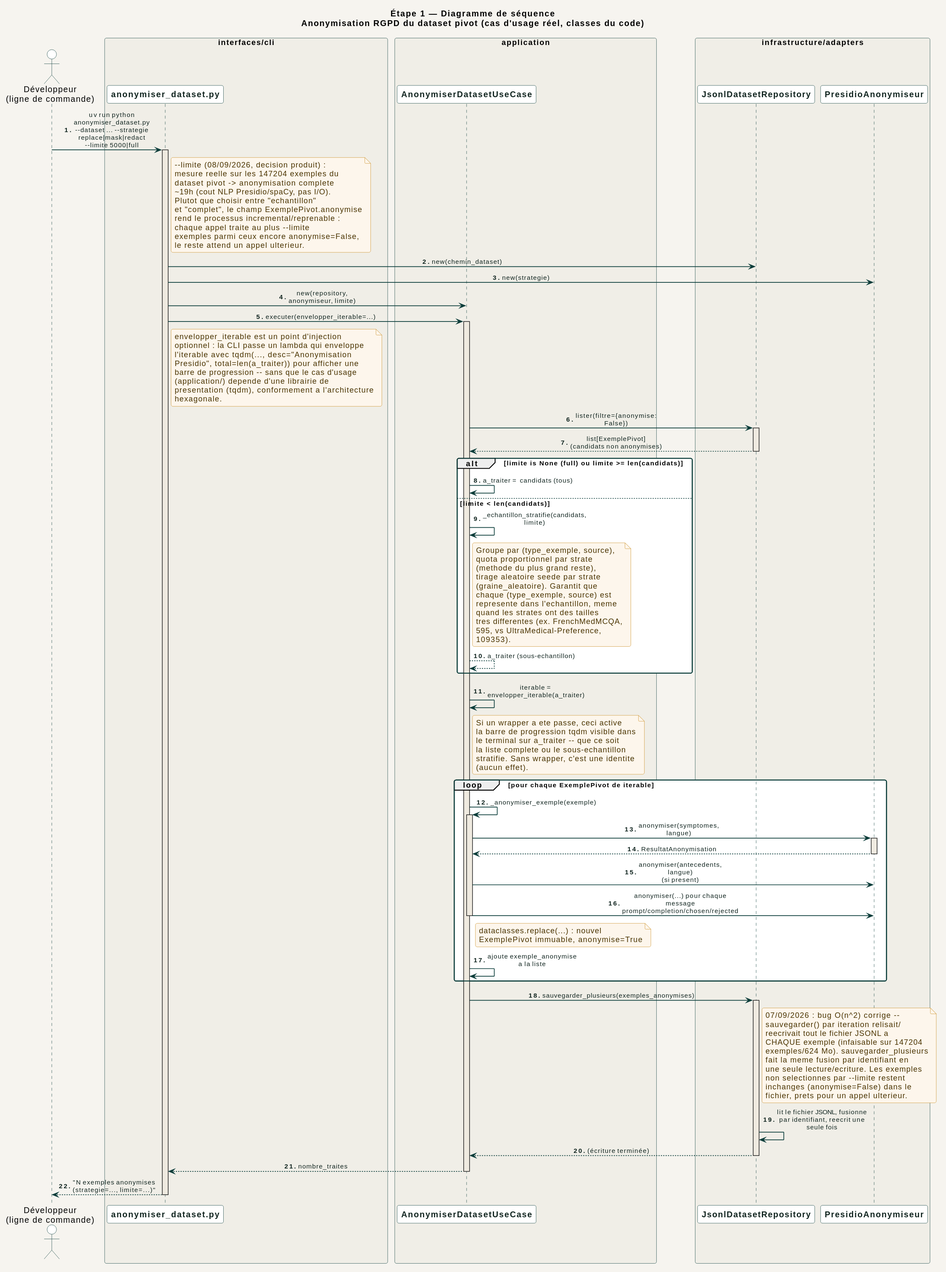
This is docs/diagrams/02_etape1_donnees/sequence/anonymiser_dataset.svg from racemartin/m14_ocr, a PlantUML export, as it was before one commit.
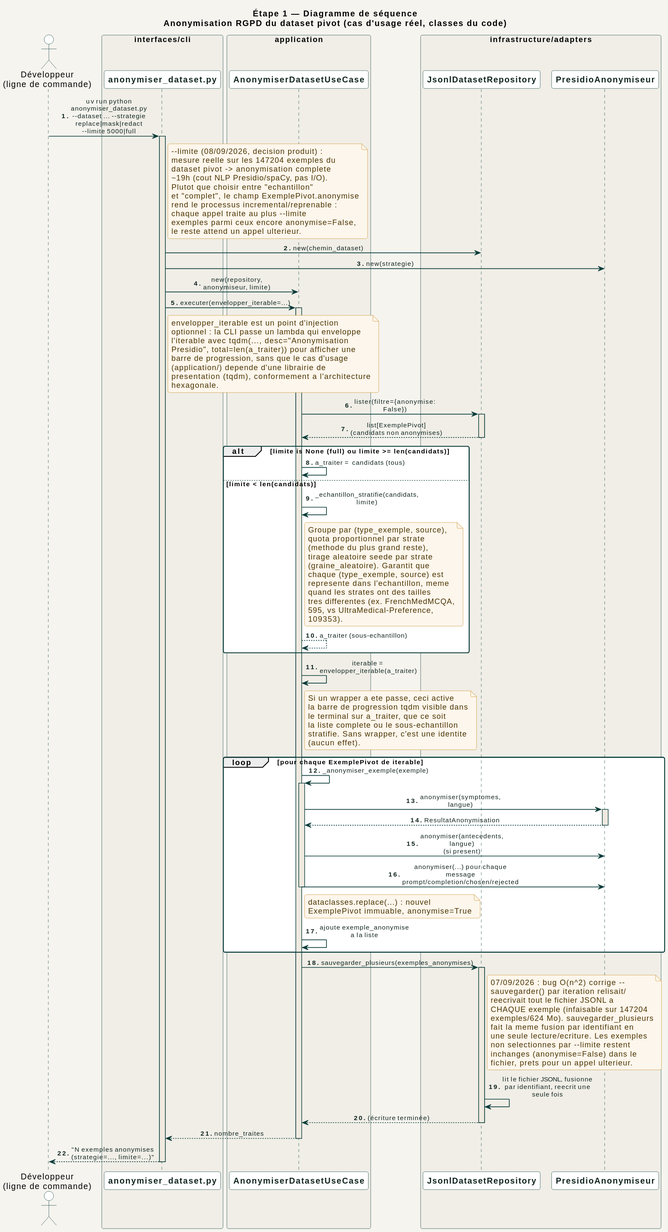
The same file after the commit.

Diff of the diagram source:
```diff
@@ -48,7 +48,7 @@
   optionnel : la CLI passe un lambda qui enveloppe
   l'iterable avec tqdm(..., desc="Anonymisation
   Presidio", total=len(a_traiter)) pour afficher une
-  barre de progression -- sans que le cas d'usage
+  barre de progression, sans que le cas d'usage
   (application/) depende d'une librairie de
   presentation (tqdm), conformement a l'architecture
   hexagonale.
@@ -83,7 +83,7 @@
 note right of UC
   Si un wrapper a ete passe, ceci active
   la barre de progression tqdm visible dans
-  le terminal sur a_traiter -- que ce soit
+  le terminal sur a_traiter, que ce soit
   la liste complete ou le sous-echantillon
   stratifie. Sans wrapper, c'est une identite
   (aucun effet).
```
